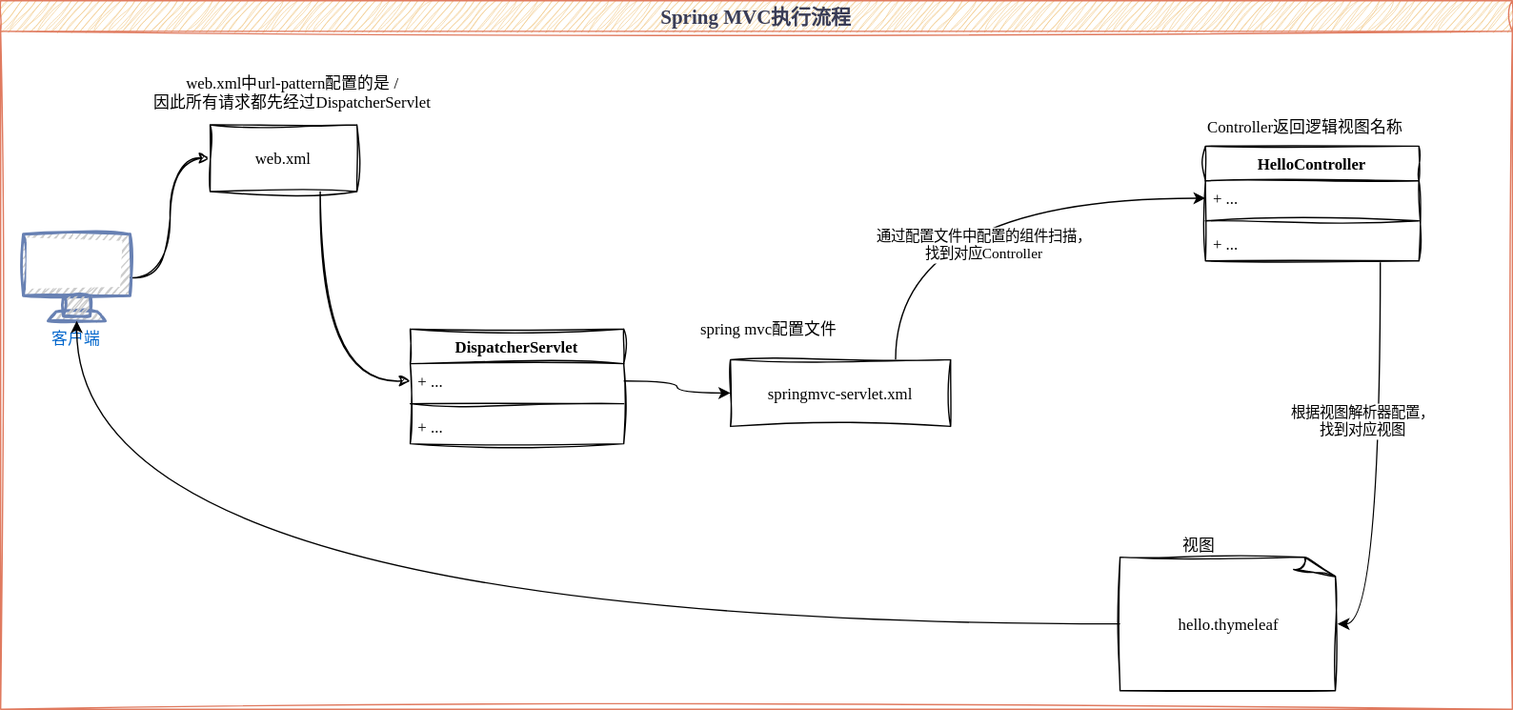
This is diagrams/java_serve/web_application/mvc/SpringMVC执行过程.svg from luguosong/images, a draw.io export, as it was before one commit. Source tidied: cells renumbered, new cells last; positions are measured from the earlier drawing's top-left corner, leaving out a move shared by most shapes.
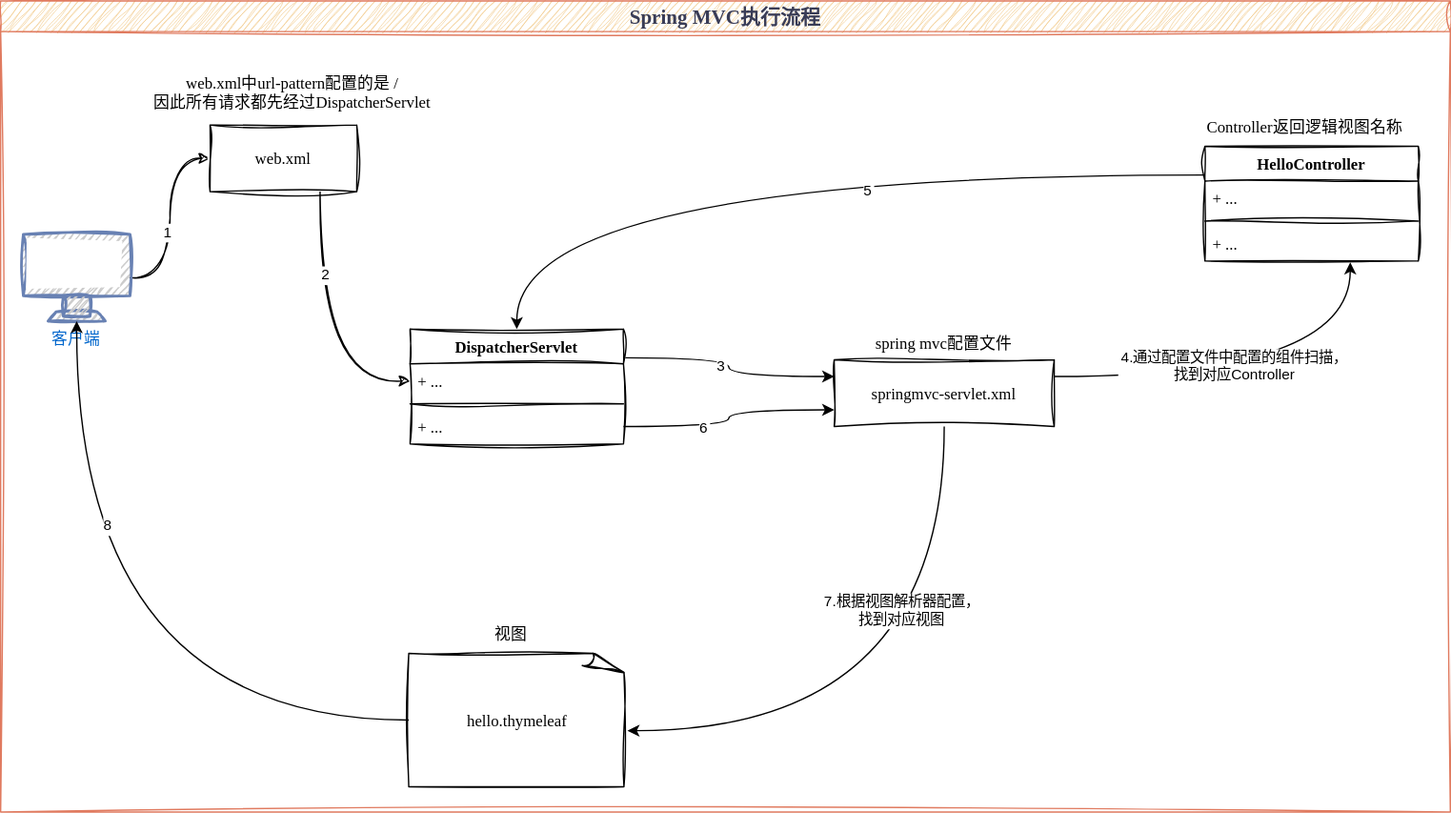
Above is the later version.

Commit message:
更新SpringMVC执行过程.svg

The edit, as a diff of the source:
```diff
@@ -3,21 +3,13 @@
     <mxCell id="0" />
     <mxCell id="1" parent="0" />
     <mxCell id="2" value="Spring MVC执行流程" style="swimlane;sketch=1;hachureGap=4;jiggle=2;curveFitting=1;fontFamily=LXGW WenKai;fontSize=15;strokeColor=#E07A5F;align=center;verticalAlign=middle;fontColor=#393C56;fontStyle=1;fillColor=#F2CC8F;labelBackgroundColor=none;startSize=23;" parent="1" vertex="1">
-      <mxGeometry width="1133" height="531" as="geometry" />
+      <mxGeometry width="1087" height="608" as="geometry" />
     </mxCell>
-    <mxCell id="3" style="edgeStyle=orthogonalEdgeStyle;curved=1;rounded=0;jettySize=auto;exitX=0.75;exitY=0;exitDx=0;exitDy=0;entryX=0;entryY=0.5;entryDx=0;entryDy=0;fontFamily=LXGW WenKai;" parent="2" edge="1" source="5" target="8">
-      <mxGeometry relative="1" as="geometry" />
-    </mxCell>
-    <mxCell id="4" value="通过配置文件中配置的组件扫描，&#10;找到对应Controller" style="edgeLabel;align=center;verticalAlign=middle;fontFamily=LXGW WenKai;" parent="3" vertex="1">
-      <mxGeometry x="-0.14" y="3" relative="1" as="geometry">
-        <mxPoint x="36" y="37" as="offset" />
-      </mxGeometry>
-    </mxCell>
     <mxCell id="5" value="springmvc-servlet.xml" style="fontFamily=LXGW WenKai;sketch=1;curveFitting=1;jiggle=2;" parent="2" vertex="1">
-      <mxGeometry x="547" y="269" width="165" height="50" as="geometry" />
+      <mxGeometry x="625" y="269" width="165" height="50" as="geometry" />
     </mxCell>
     <mxCell id="6" value="hello.thymeleaf" style="shape=mxgraph.basic.document;fontFamily=LXGW WenKai;sketch=1;curveFitting=1;jiggle=2;" parent="2" vertex="1">
-      <mxGeometry x="839" y="417" width="163" height="100" as="geometry" />
+      <mxGeometry x="306" y="489" width="163" height="100" as="geometry" />
     </mxCell>
     <mxCell id="7" value="HelloController" style="swimlane;fontStyle=1;align=center;verticalAlign=top;horizontal=1;startSize=26;fontFamily=LXGW WenKai;sketch=1;curveFitting=1;jiggle=2;" parent="2" vertex="1">
       <mxGeometry x="903" y="109" width="160" height="86" as="geometry" />
@@ -35,31 +27,53 @@
       <mxGeometry x="893" y="81" width="170" height="26" as="geometry" />
     </mxCell>
     <mxCell id="12" value="视图" style="text;align=center;verticalAlign=middle;strokeColor=none;fillColor=none;fontFamily=LXGW WenKai;" parent="2" vertex="1">
-      <mxGeometry x="877" y="395" width="42" height="26" as="geometry" />
+      <mxGeometry x="362" y="461" width="42" height="26" as="geometry" />
     </mxCell>
     <mxCell id="13" value="spring mvc配置文件" style="text;align=center;verticalAlign=middle;strokeColor=none;fillColor=none;fontFamily=LXGW WenKai;" parent="2" vertex="1">
-      <mxGeometry x="512" y="233" width="128" height="26" as="geometry" />
+      <mxGeometry x="643.5" y="243" width="128" height="26" as="geometry" />
     </mxCell>
-    <mxCell id="14" style="edgeStyle=orthogonalEdgeStyle;curved=1;rounded=0;jettySize=auto;exitX=0.819;exitY=1.038;exitDx=0;exitDy=0;entryX=1;entryY=0.5;entryDx=0;entryDy=0;fontFamily=LXGW WenKai;entryPerimeter=0;exitPerimeter=0;" parent="2" edge="1" source="10" target="6">
-      <mxGeometry relative="1" as="geometry" />
-    </mxCell>
-    <mxCell id="15" value="根据视图解析器配置，&#10;找到对应视图" style="edgeLabel;align=center;verticalAlign=middle;" parent="14" vertex="1">
-      <mxGeometry x="-0.35" y="1" relative="1" as="geometry">
-        <mxPoint x="-14" y="19" as="offset" />
-      </mxGeometry>
-    </mxCell>
+    <mxCell id="27" style="edgeStyle=orthogonalEdgeStyle;curved=1;rounded=0;jettySize=auto;exitX=1;exitY=0.25;exitDx=0;exitDy=0;entryX=0.681;entryY=1.038;entryDx=0;entryDy=0;entryPerimeter=0;" parent="2" edge="1" source="5" target="10">
+      <mxGeometry relative="1" as="geometry" />
+    </mxCell>
+    <mxCell id="28" value="4.通过配置文件中配置的组件扫描，&#10;找到对应Controller" style="edgeLabel;align=center;verticalAlign=middle;" parent="27" vertex="1">
+      <mxGeometry x="-0.23" y="10" relative="1" as="geometry">
+        <mxPoint x="16" y="1" as="offset" />
+      </mxGeometry>
+    </mxCell>
+    <mxCell id="29" style="edgeStyle=orthogonalEdgeStyle;curved=1;rounded=0;jettySize=auto;exitX=0.5;exitY=1;exitDx=0;exitDy=0;entryX=1.006;entryY=0.58;entryDx=0;entryDy=0;entryPerimeter=0;" parent="2" edge="1" source="5" target="6">
+      <mxGeometry relative="1" as="geometry" />
+    </mxCell>
+    <mxCell id="30" value="7.根据视图解析器配置，&#10;找到对应视图" style="edgeLabel;align=center;verticalAlign=middle;" parent="29" vertex="1">
+      <mxGeometry x="-0.41" y="-32" relative="1" as="geometry" />
+    </mxCell>
     <mxCell id="16" style="edgeStyle=orthogonalEdgeStyle;curved=1;rounded=0;jettySize=auto;exitX=1;exitY=0.5;exitDx=0;exitDy=0;exitPerimeter=0;entryX=0;entryY=0.5;entryDx=0;entryDy=0;fontFamily=LXGW WenKai;sketch=1;curveFitting=1;jiggle=2;" parent="1" edge="1" source="17" target="19">
       <mxGeometry relative="1" as="geometry" />
     </mxCell>
+    <mxCell id="31" value="1" style="edgeLabel;align=center;verticalAlign=middle;" parent="16" vertex="1">
+      <mxGeometry x="-0.12" y="2" relative="1" as="geometry">
+        <mxPoint y="1" as="offset" />
+      </mxGeometry>
+    </mxCell>
     <mxCell id="17" value="客户端" style="fontColor=#0066CC;verticalAlign=top;verticalLabelPosition=bottom;labelPosition=center;align=center;outlineConnect=0;fillColor=#CCCCCC;strokeColor=#6881B3;gradientColor=none;gradientDirection=north;strokeWidth=2;shape=mxgraph.networks.monitor;sketch=1;hachureGap=4;jiggle=2;curveFitting=1;fontFamily=LXGW WenKai;" parent="1" vertex="1">
       <mxGeometry x="17" y="175" width="80" height="65" as="geometry" />
     </mxCell>
     <mxCell id="18" style="edgeStyle=orthogonalEdgeStyle;curved=1;rounded=0;jettySize=auto;exitX=0.75;exitY=1;exitDx=0;exitDy=0;entryX=0;entryY=0.5;entryDx=0;entryDy=0;fontFamily=LXGW WenKai;sketch=1;curveFitting=1;jiggle=2;" parent="1" edge="1" source="19" target="21">
       <mxGeometry relative="1" as="geometry" />
     </mxCell>
+    <mxCell id="32" value="2" style="edgeLabel;align=center;verticalAlign=middle;" parent="18" vertex="1">
+      <mxGeometry x="-0.42" y="4" relative="1" as="geometry" />
+    </mxCell>
     <mxCell id="19" value="web.xml" style="fontFamily=LXGW WenKai;sketch=1;curveFitting=1;jiggle=2;" parent="1" vertex="1">
       <mxGeometry x="157" y="93" width="110" height="50" as="geometry" />
     </mxCell>
+    <mxCell id="33" style="edgeStyle=orthogonalEdgeStyle;curved=1;rounded=0;jettySize=auto;exitX=1;exitY=0.25;exitDx=0;exitDy=0;entryX=0;entryY=0.25;entryDx=0;entryDy=0;" parent="1" edge="1" source="20" target="5">
+      <mxGeometry relative="1" as="geometry" />
+    </mxCell>
+    <mxCell id="34" value="3" style="edgeLabel;align=center;verticalAlign=middle;" parent="33" vertex="1">
+      <mxGeometry x="-0.15" y="-4" relative="1" as="geometry">
+        <mxPoint y="1" as="offset" />
+      </mxGeometry>
+    </mxCell>
     <mxCell id="20" value="DispatcherServlet" style="swimlane;fontStyle=1;align=center;verticalAlign=top;horizontal=1;startSize=26;fontFamily=LXGW WenKai;sketch=1;curveFitting=1;jiggle=2;" parent="1" vertex="1">
       <mxGeometry x="307" y="246" width="160" height="86" as="geometry" />
     </mxCell>
@@ -75,11 +89,23 @@
     <mxCell id="24" value="web.xml中url-pattern配置的是 /&#10;因此所有请求都先经过DispatcherServlet" style="text;align=center;verticalAlign=middle;strokeColor=none;fillColor=none;fontFamily=LXGW WenKai;sketch=1;curveFitting=1;jiggle=2;" parent="1" vertex="1">
       <mxGeometry x="100" y="48" width="238" height="41" as="geometry" />
     </mxCell>
-    <mxCell id="25" style="edgeStyle=orthogonalEdgeStyle;curved=1;rounded=0;jettySize=auto;exitX=1;exitY=0.5;exitDx=0;exitDy=0;entryX=0;entryY=0.5;entryDx=0;entryDy=0;fontFamily=LXGW WenKai;" parent="1" edge="1" source="21" target="5">
-      <mxGeometry relative="1" as="geometry" />
-    </mxCell>
+    <mxCell id="35" style="edgeStyle=orthogonalEdgeStyle;curved=1;rounded=0;jettySize=auto;exitX=0;exitY=0.25;exitDx=0;exitDy=0;entryX=0.5;entryY=0;entryDx=0;entryDy=0;" parent="1" edge="1" source="7" target="20">
+      <mxGeometry relative="1" as="geometry" />
+    </mxCell>
+    <mxCell id="36" value="5" style="edgeLabel;align=center;verticalAlign=middle;" parent="35" vertex="1">
+      <mxGeometry x="-0.2" y="11" relative="1" as="geometry" />
+    </mxCell>
+    <mxCell id="37" style="edgeStyle=orthogonalEdgeStyle;curved=1;rounded=0;jettySize=auto;exitX=1;exitY=0.5;exitDx=0;exitDy=0;entryX=0;entryY=0.75;entryDx=0;entryDy=0;" parent="1" edge="1" source="23" target="5">
+      <mxGeometry relative="1" as="geometry" />
+    </mxCell>
+    <mxCell id="38" value="6" style="edgeLabel;align=center;verticalAlign=middle;" parent="37" vertex="1">
+      <mxGeometry x="-0.3" relative="1" as="geometry" />
+    </mxCell>
-    <mxCell id="26" style="edgeStyle=orthogonalEdgeStyle;curved=1;rounded=0;jettySize=auto;exitX=0;exitY=0.5;exitDx=0;exitDy=0;exitPerimeter=0;fontFamily=LXGW WenKai;" parent="1" edge="1" source="6" target="17">
+    <mxCell id="26" style="edgeStyle=orthogonalEdgeStyle;curved=1;rounded=0;jettySize=auto;exitX=0;exitY=0.5;exitDx=0;exitDy=0;exitPerimeter=0;" parent="1" edge="1" source="6" target="17">
       <mxGeometry relative="1" as="geometry" />
     </mxCell>
+    <mxCell id="39" value="8" style="edgeLabel;align=center;verticalAlign=middle;" parent="26" vertex="1">
+      <mxGeometry x="0.45" y="-23" relative="1" as="geometry" />
+    </mxCell>
   </root>
 </mxGraphModel>
```
